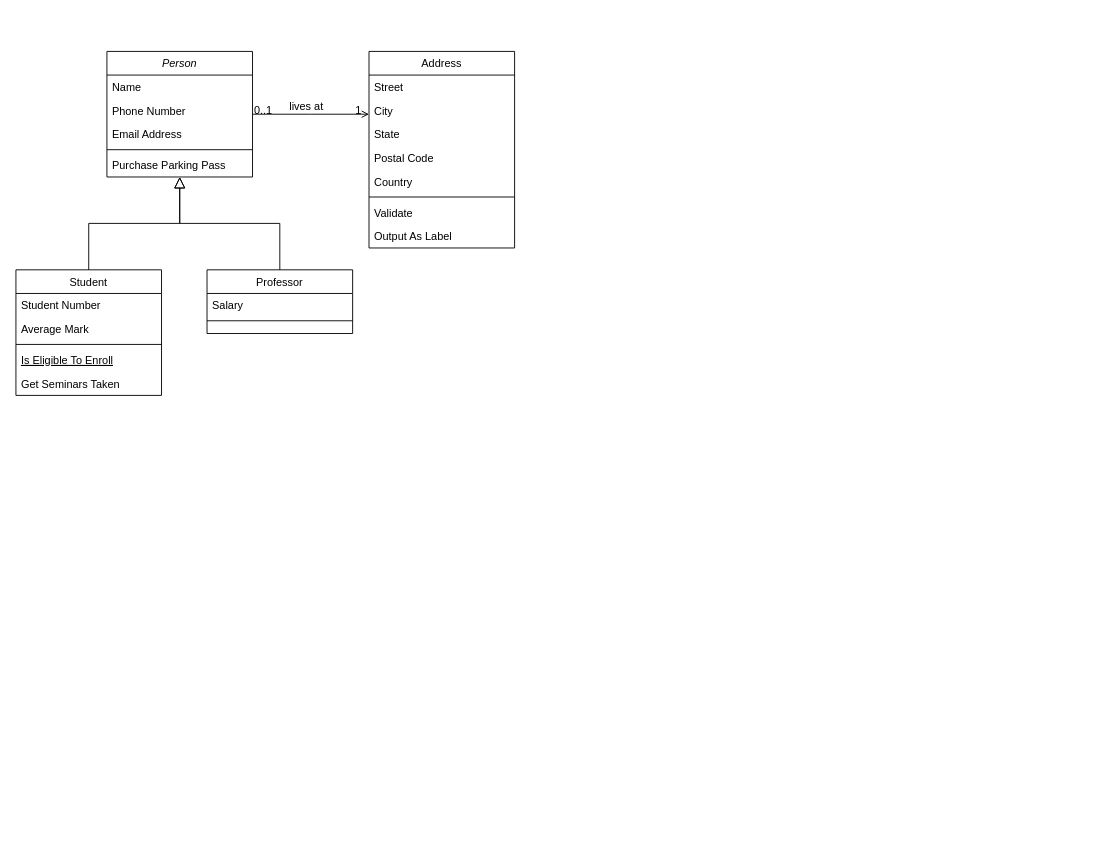
Earlier version of the draw.io diagram Untitled Diagram.drawio (melihkaragoz/docs). Source tidied: cells renumbered, new cells numbered last; positions are measured from the earlier drawing's top-left corner, leaving out a move shared by most shapes. Both pictures are drawn from the tidied source at 91%, with x=0, y=0 at pixel (15, 51).
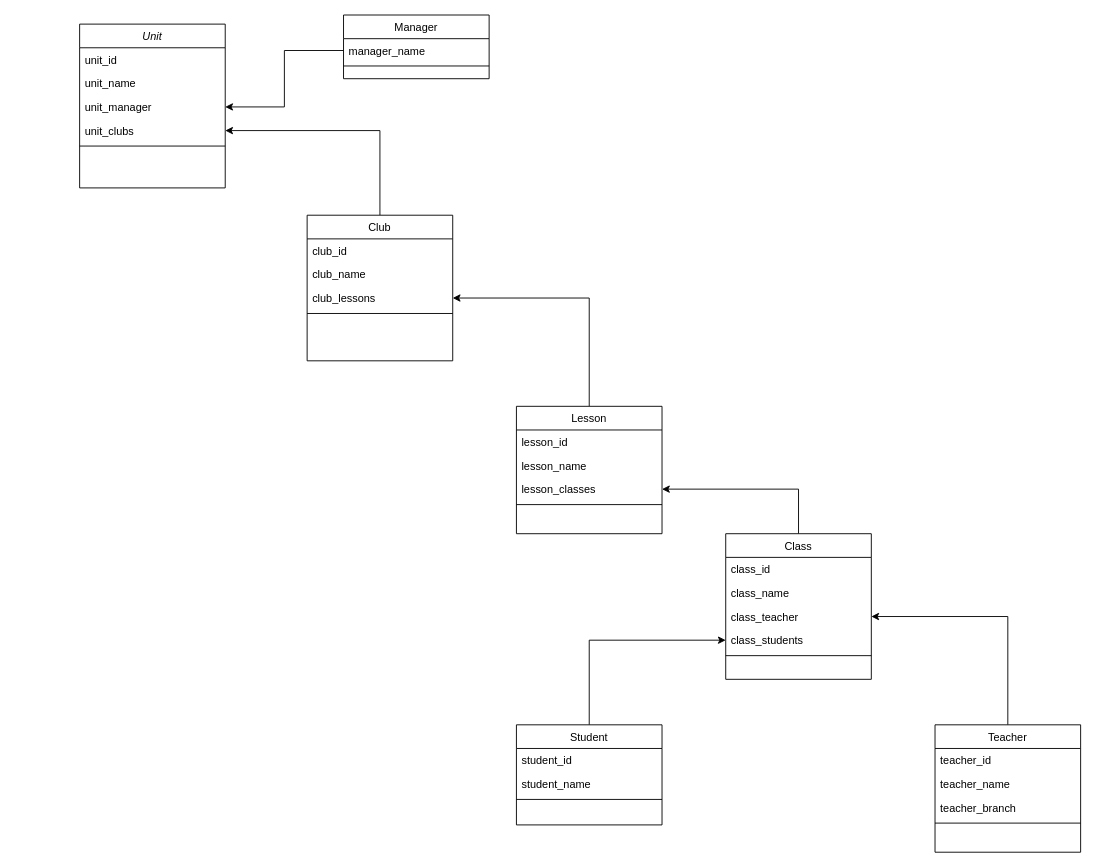
The same diagram, later.

Commit message:
init gencgelecek db_scheme

Diff of the diagram source:
```diff
@@
-    <mxCell id="2" value="Person" style="swimlane;fontStyle=2;align=center;verticalAlign=top;horizontal=1;startSize=26;rounded=0;shadow=0;strokeWidth=1;" parent="1" vertex="1">
-      <mxGeometry x="100" width="160" height="138" as="geometry" />
+    <mxCell id="2" value="Unit" style="swimlane;fontStyle=2;align=center;verticalAlign=top;horizontal=1;startSize=26;rounded=0;shadow=0;strokeWidth=1;" parent="1" vertex="1">
+      <mxGeometry x="70" y="-30" width="160" height="180" as="geometry" />
     </mxCell>
-    <mxCell id="3" value="Name" style="text;align=left;verticalAlign=top;spacingLeft=4;spacingRight=4;overflow=hidden;" parent="2" vertex="1">
+    <mxCell id="3" value="unit_id" style="text;align=left;verticalAlign=top;spacingLeft=4;spacingRight=4;overflow=hidden;" parent="2" vertex="1">
       <mxGeometry y="26" width="160" height="26" as="geometry" />
     </mxCell>
-    <mxCell id="4" value="Phone Number" style="text;align=left;verticalAlign=top;spacingLeft=4;spacingRight=4;overflow=hidden;rounded=0;shadow=0;html=0;" parent="2" vertex="1">
+    <mxCell id="4" value="unit_name" style="text;align=left;verticalAlign=top;spacingLeft=4;spacingRight=4;overflow=hidden;rounded=0;shadow=0;html=0;" parent="2" vertex="1">
       <mxGeometry y="52" width="160" height="26" as="geometry" />
     </mxCell>
-    <mxCell id="5" value="Email Address" style="text;align=left;verticalAlign=top;spacingLeft=4;spacingRight=4;overflow=hidden;points=[[0,0.5],[1,0.5]];portConstraint=eastwest;rounded=0;shadow=0;html=0;" parent="2" vertex="1">
+    <mxCell id="5" value="unit_manager" style="text;align=left;verticalAlign=top;spacingLeft=4;spacingRight=4;overflow=hidden;points=[[0,0.5],[1,0.5]];portConstraint=eastwest;rounded=0;shadow=0;html=0;" parent="2" vertex="1">
       <mxGeometry y="78" width="160" height="26" as="geometry" />
     </mxCell>
+    <mxCell id="32" value="unit_clubs" style="text;align=left;verticalAlign=top;spacingLeft=4;spacingRight=4;overflow=hidden;points=[[0,0.5],[1,0.5]];portConstraint=eastwest;rounded=0;shadow=0;html=0;" parent="2" vertex="1">
+      <mxGeometry y="104" width="160" height="26" as="geometry" />
+    </mxCell>
     <mxCell id="6" style="line;html=1;strokeWidth=1;align=left;verticalAlign=middle;spacingTop=-1;spacingLeft=3;spacingRight=3;labelPosition=right;" parent="2" vertex="1">
-      <mxGeometry y="104" width="160" height="8" as="geometry" />
+      <mxGeometry y="130" width="160" height="8" as="geometry" />
     </mxCell>
-    <mxCell id="7" value="Purchase Parking Pass" style="text;align=left;verticalAlign=top;spacingLeft=4;spacingRight=4;overflow=hidden;" parent="2" vertex="1">
-      <mxGeometry y="112" width="160" height="26" as="geometry" />
-    </mxCell>
+    <mxCell id="33" style="edgeStyle=orthogonalEdgeStyle;rounded=0;jettySize=auto;html=1;exitX=0.5;exitY=0;exitDx=0;exitDy=0;entryX=0;entryY=0.5;entryDx=0;entryDy=0;" parent="1" edge="1" source="8" target="47">
+      <mxGeometry relative="1" as="geometry" />
+    </mxCell>
     <mxCell id="8" value="Student" style="swimlane;fontStyle=0;align=center;verticalAlign=top;horizontal=1;startSize=26;rounded=0;shadow=0;strokeWidth=1;" parent="1" vertex="1">
-      <mxGeometry y="240" width="160" height="138" as="geometry" />
+      <mxGeometry x="550" y="740" width="160" height="110" as="geometry" />
     </mxCell>
-    <mxCell id="9" value="Student Number" style="text;align=left;verticalAlign=top;spacingLeft=4;spacingRight=4;overflow=hidden;" parent="8" vertex="1">
+    <mxCell id="9" value="student_id" style="text;align=left;verticalAlign=top;spacingLeft=4;spacingRight=4;overflow=hidden;" parent="8" vertex="1">
       <mxGeometry y="26" width="160" height="26" as="geometry" />
     </mxCell>
-    <mxCell id="10" value="Average Mark" style="text;align=left;verticalAlign=top;spacingLeft=4;spacingRight=4;overflow=hidden;rounded=0;shadow=0;html=0;" parent="8" vertex="1">
+    <mxCell id="10" value="student_name" style="text;align=left;verticalAlign=top;spacingLeft=4;spacingRight=4;overflow=hidden;rounded=0;shadow=0;html=0;" parent="8" vertex="1">
       <mxGeometry y="52" width="160" height="26" as="geometry" />
     </mxCell>
@@
-    <mxCell id="12" value="Is Eligible To Enroll" style="text;align=left;verticalAlign=top;spacingLeft=4;spacingRight=4;overflow=hidden;fontStyle=4;" parent="8" vertex="1">
-      <mxGeometry y="86" width="160" height="26" as="geometry" />
-    </mxCell>
-    <mxCell id="13" value="Get Seminars Taken" style="text;align=left;verticalAlign=top;spacingLeft=4;spacingRight=4;overflow=hidden;" parent="8" vertex="1">
-      <mxGeometry y="112" width="160" height="26" as="geometry" />
-    </mxCell>
-    <mxCell id="14" style="endArrow=block;endSize=10;endFill=0;shadow=0;strokeWidth=1;rounded=0;edgeStyle=elbowEdgeStyle;elbow=vertical;" parent="1" edge="1" source="8" target="2">
-      <mxGeometry relative="1" as="geometry" />
-    </mxCell>
-    <mxCell id="15" value="Professor" style="swimlane;fontStyle=0;align=center;verticalAlign=top;horizontal=1;startSize=26;rounded=0;shadow=0;strokeWidth=1;" parent="1" vertex="1">
-      <mxGeometry x="210" y="240" width="160" height="70" as="geometry" />
+    <mxCell id="15" value="Manager" style="swimlane;fontStyle=0;align=center;verticalAlign=top;horizontal=1;startSize=26;rounded=0;shadow=0;strokeWidth=1;" parent="1" vertex="1">
+      <mxGeometry x="360" y="-40" width="160" height="70" as="geometry" />
     </mxCell>
-    <mxCell id="16" value="Salary" style="text;align=left;verticalAlign=top;spacingLeft=4;spacingRight=4;overflow=hidden;points=[[0,0.5],[1,0.5]];portConstraint=eastwest;" parent="15" vertex="1">
+    <mxCell id="16" value="manager_name" style="text;align=left;verticalAlign=top;spacingLeft=4;spacingRight=4;overflow=hidden;points=[[0,0.5],[1,0.5]];portConstraint=eastwest;" parent="15" vertex="1">
       <mxGeometry y="26" width="160" height="26" as="geometry" />
     </mxCell>
@@
-    <mxCell id="18" style="endArrow=block;endSize=10;endFill=0;shadow=0;strokeWidth=1;rounded=0;edgeStyle=elbowEdgeStyle;elbow=vertical;" parent="1" edge="1" source="15" target="2">
-      <mxGeometry relative="1" as="geometry" />
-    </mxCell>
+    <mxCell id="34" style="edgeStyle=orthogonalEdgeStyle;rounded=0;jettySize=auto;html=1;exitX=0.5;exitY=0;exitDx=0;exitDy=0;entryX=1;entryY=0.5;entryDx=0;entryDy=0;" parent="1" edge="1" source="19" target="32">
+      <mxGeometry relative="1" as="geometry" />
+    </mxCell>
-    <mxCell id="19" value="Address" style="swimlane;fontStyle=0;align=center;verticalAlign=top;horizontal=1;startSize=26;rounded=0;shadow=0;strokeWidth=1;" parent="1" vertex="1">
-      <mxGeometry x="388" width="160" height="216" as="geometry" />
+    <mxCell id="19" value="Club" style="swimlane;fontStyle=0;align=center;verticalAlign=top;horizontal=1;startSize=26;rounded=0;shadow=0;strokeWidth=1;" parent="1" vertex="1">
+      <mxGeometry x="320" y="180" width="160" height="160" as="geometry" />
     </mxCell>
-    <mxCell id="20" value="Street" style="text;align=left;verticalAlign=top;spacingLeft=4;spacingRight=4;overflow=hidden;" parent="19" vertex="1">
+    <mxCell id="20" value="club_id" style="text;align=left;verticalAlign=top;spacingLeft=4;spacingRight=4;overflow=hidden;" parent="19" vertex="1">
       <mxGeometry y="26" width="160" height="26" as="geometry" />
     </mxCell>
-    <mxCell id="21" value="City" style="text;align=left;verticalAlign=top;spacingLeft=4;spacingRight=4;overflow=hidden;rounded=0;shadow=0;html=0;" parent="19" vertex="1">
+    <mxCell id="21" value="club_name" style="text;align=left;verticalAlign=top;spacingLeft=4;spacingRight=4;overflow=hidden;rounded=0;shadow=0;html=0;" parent="19" vertex="1">
       <mxGeometry y="52" width="160" height="26" as="geometry" />
     </mxCell>
-    <mxCell id="22" value="State" style="text;align=left;verticalAlign=top;spacingLeft=4;spacingRight=4;overflow=hidden;points=[[0,0.5],[1,0.5]];portConstraint=eastwest;rounded=0;shadow=0;html=0;" parent="19" vertex="1">
+    <mxCell id="22" value="club_lessons" style="text;align=left;verticalAlign=top;spacingLeft=4;spacingRight=4;overflow=hidden;points=[[0,0.5],[1,0.5]];portConstraint=eastwest;rounded=0;shadow=0;html=0;" parent="19" vertex="1">
       <mxGeometry y="78" width="160" height="26" as="geometry" />
     </mxCell>
-    <mxCell id="23" value="Postal Code" style="text;align=left;verticalAlign=top;spacingLeft=4;spacingRight=4;overflow=hidden;rounded=0;shadow=0;html=0;" parent="19" vertex="1">
-      <mxGeometry y="104" width="160" height="26" as="geometry" />
-    </mxCell>
-    <mxCell id="24" value="Country" style="text;align=left;verticalAlign=top;spacingLeft=4;spacingRight=4;overflow=hidden;rounded=0;shadow=0;html=0;" parent="19" vertex="1">
-      <mxGeometry y="130" width="160" height="26" as="geometry" />
-    </mxCell>
     <mxCell id="25" style="line;html=1;strokeWidth=1;align=left;verticalAlign=middle;spacingTop=-1;spacingLeft=3;spacingRight=3;labelPosition=right;" parent="19" vertex="1">
-      <mxGeometry y="156" width="160" height="8" as="geometry" />
+      <mxGeometry y="104" width="160" height="8" as="geometry" />
     </mxCell>
-    <mxCell id="26" value="Validate" style="text;align=left;verticalAlign=top;spacingLeft=4;spacingRight=4;overflow=hidden;" parent="19" vertex="1">
-      <mxGeometry y="164" width="160" height="26" as="geometry" />
-    </mxCell>
-    <mxCell id="27" value="Output As Label" style="text;align=left;verticalAlign=top;spacingLeft=4;spacingRight=4;overflow=hidden;" parent="19" vertex="1">
-      <mxGeometry y="190" width="160" height="26" as="geometry" />
-    </mxCell>
-    <mxCell id="28" style="endArrow=open;shadow=0;strokeWidth=1;rounded=0;endFill=1;edgeStyle=elbowEdgeStyle;elbow=vertical;" parent="1" edge="1" source="2" target="19">
-      <mxGeometry x="0.5" y="41" relative="1" as="geometry">
-        <mxPoint x="-40" y="32" as="offset" />
-      </mxGeometry>
-    </mxCell>
-    <mxCell id="29" value="0..1" style="align=left;verticalAlign=bottom;labelBackgroundColor=none;fontSize=12;" parent="28" vertex="1">
-      <mxGeometry x="-1" relative="1" as="geometry">
-        <mxPoint y="4" as="offset" />
-      </mxGeometry>
-    </mxCell>
-    <mxCell id="30" value="1" style="align=right;verticalAlign=bottom;labelBackgroundColor=none;fontSize=12;" parent="28" vertex="1">
-      <mxGeometry x="1" relative="1" as="geometry">
-        <mxPoint x="-7" y="4" as="offset" />
-      </mxGeometry>
-    </mxCell>
-    <mxCell id="31" value="lives at" style="text;html=1;align=center;verticalAlign=middle;labelBackgroundColor=none;rounded=0;shadow=0;strokeWidth=1;fontSize=12;" parent="28" vertex="1">
-      <mxGeometry x="0.5" y="49" relative="1" as="geometry">
-        <mxPoint x="-38" y="40" as="offset" />
-      </mxGeometry>
-    </mxCell>
+    <mxCell id="35" style="edgeStyle=orthogonalEdgeStyle;rounded=0;jettySize=auto;html=1;exitX=0;exitY=0.5;exitDx=0;exitDy=0;entryX=1;entryY=0.5;entryDx=0;entryDy=0;" parent="1" edge="1" source="16" target="5">
+      <mxGeometry relative="1" as="geometry" />
+    </mxCell>
+    <mxCell id="36" style="edgeStyle=orthogonalEdgeStyle;rounded=0;jettySize=auto;html=1;exitX=0.5;exitY=0;exitDx=0;exitDy=0;entryX=1;entryY=0.5;entryDx=0;entryDy=0;" parent="1" edge="1" source="37" target="22">
+      <mxGeometry relative="1" as="geometry" />
+    </mxCell>
+    <mxCell id="37" value="Lesson" style="swimlane;fontStyle=0;align=center;verticalAlign=top;horizontal=1;startSize=26;rounded=0;shadow=0;strokeWidth=1;" parent="1" vertex="1">
+      <mxGeometry x="550" y="390" width="160" height="140" as="geometry" />
+    </mxCell>
+    <mxCell id="38" value="lesson_id" style="text;align=left;verticalAlign=top;spacingLeft=4;spacingRight=4;overflow=hidden;" parent="37" vertex="1">
+      <mxGeometry y="26" width="160" height="26" as="geometry" />
+    </mxCell>
+    <mxCell id="39" value="lesson_name" style="text;align=left;verticalAlign=top;spacingLeft=4;spacingRight=4;overflow=hidden;rounded=0;shadow=0;html=0;" parent="37" vertex="1">
+      <mxGeometry y="52" width="160" height="26" as="geometry" />
+    </mxCell>
+    <mxCell id="40" value="lesson_classes" style="text;align=left;verticalAlign=top;spacingLeft=4;spacingRight=4;overflow=hidden;points=[[0,0.5],[1,0.5]];portConstraint=eastwest;rounded=0;shadow=0;html=0;" parent="37" vertex="1">
+      <mxGeometry y="78" width="160" height="26" as="geometry" />
+    </mxCell>
+    <mxCell id="41" style="line;html=1;strokeWidth=1;align=left;verticalAlign=middle;spacingTop=-1;spacingLeft=3;spacingRight=3;labelPosition=right;" parent="37" vertex="1">
+      <mxGeometry y="104" width="160" height="8" as="geometry" />
+    </mxCell>
+    <mxCell id="42" style="edgeStyle=orthogonalEdgeStyle;rounded=0;jettySize=auto;html=1;exitX=0.5;exitY=0;exitDx=0;exitDy=0;entryX=1;entryY=0.5;entryDx=0;entryDy=0;" parent="1" edge="1" source="43" target="40">
+      <mxGeometry relative="1" as="geometry" />
+    </mxCell>
+    <mxCell id="43" value="Class" style="swimlane;fontStyle=0;align=center;verticalAlign=top;horizontal=1;startSize=26;rounded=0;shadow=0;strokeWidth=1;" parent="1" vertex="1">
+      <mxGeometry x="780" y="530" width="160" height="160" as="geometry" />
+    </mxCell>
+    <mxCell id="44" value="class_id" style="text;align=left;verticalAlign=top;spacingLeft=4;spacingRight=4;overflow=hidden;" parent="43" vertex="1">
+      <mxGeometry y="26" width="160" height="26" as="geometry" />
+    </mxCell>
+    <mxCell id="45" value="class_name" style="text;align=left;verticalAlign=top;spacingLeft=4;spacingRight=4;overflow=hidden;rounded=0;shadow=0;html=0;" parent="43" vertex="1">
+      <mxGeometry y="52" width="160" height="26" as="geometry" />
+    </mxCell>
+    <mxCell id="46" value="class_teacher" style="text;align=left;verticalAlign=top;spacingLeft=4;spacingRight=4;overflow=hidden;points=[[0,0.5],[1,0.5]];portConstraint=eastwest;" parent="43" vertex="1">
+      <mxGeometry y="78" width="160" height="26" as="geometry" />
+    </mxCell>
+    <mxCell id="47" value="class_students" style="text;align=left;verticalAlign=top;spacingLeft=4;spacingRight=4;overflow=hidden;points=[[0,0.5],[1,0.5]];portConstraint=eastwest;" parent="43" vertex="1">
+      <mxGeometry y="104" width="160" height="26" as="geometry" />
+    </mxCell>
+    <mxCell id="48" style="line;html=1;strokeWidth=1;align=left;verticalAlign=middle;spacingTop=-1;spacingLeft=3;spacingRight=3;labelPosition=right;" parent="43" vertex="1">
+      <mxGeometry y="130" width="160" height="8" as="geometry" />
+    </mxCell>
+    <mxCell id="49" style="edgeStyle=orthogonalEdgeStyle;rounded=0;jettySize=auto;html=1;exitX=0.5;exitY=0;exitDx=0;exitDy=0;entryX=1;entryY=0.5;entryDx=0;entryDy=0;" parent="1" edge="1" source="50" target="46">
+      <mxGeometry relative="1" as="geometry" />
+    </mxCell>
+    <mxCell id="50" value="Teacher" style="swimlane;fontStyle=0;align=center;verticalAlign=top;horizontal=1;startSize=26;rounded=0;shadow=0;strokeWidth=1;" parent="1" vertex="1">
+      <mxGeometry x="1010" y="740" width="160" height="140" as="geometry" />
+    </mxCell>
+    <mxCell id="51" value="teacher_id" style="text;align=left;verticalAlign=top;spacingLeft=4;spacingRight=4;overflow=hidden;" parent="50" vertex="1">
+      <mxGeometry y="26" width="160" height="26" as="geometry" />
+    </mxCell>
+    <mxCell id="52" value="teacher_name" style="text;align=left;verticalAlign=top;spacingLeft=4;spacingRight=4;overflow=hidden;rounded=0;shadow=0;html=0;" parent="50" vertex="1">
+      <mxGeometry y="52" width="160" height="26" as="geometry" />
+    </mxCell>
+    <mxCell id="53" value="teacher_branch" style="text;align=left;verticalAlign=top;spacingLeft=4;spacingRight=4;overflow=hidden;rounded=0;shadow=0;html=0;" parent="50" vertex="1">
+      <mxGeometry y="78" width="160" height="26" as="geometry" />
+    </mxCell>
+    <mxCell id="54" style="line;html=1;strokeWidth=1;align=left;verticalAlign=middle;spacingTop=-1;spacingLeft=3;spacingRight=3;labelPosition=right;" parent="50" vertex="1">
+      <mxGeometry y="104" width="160" height="8" as="geometry" />
+    </mxCell>
```
